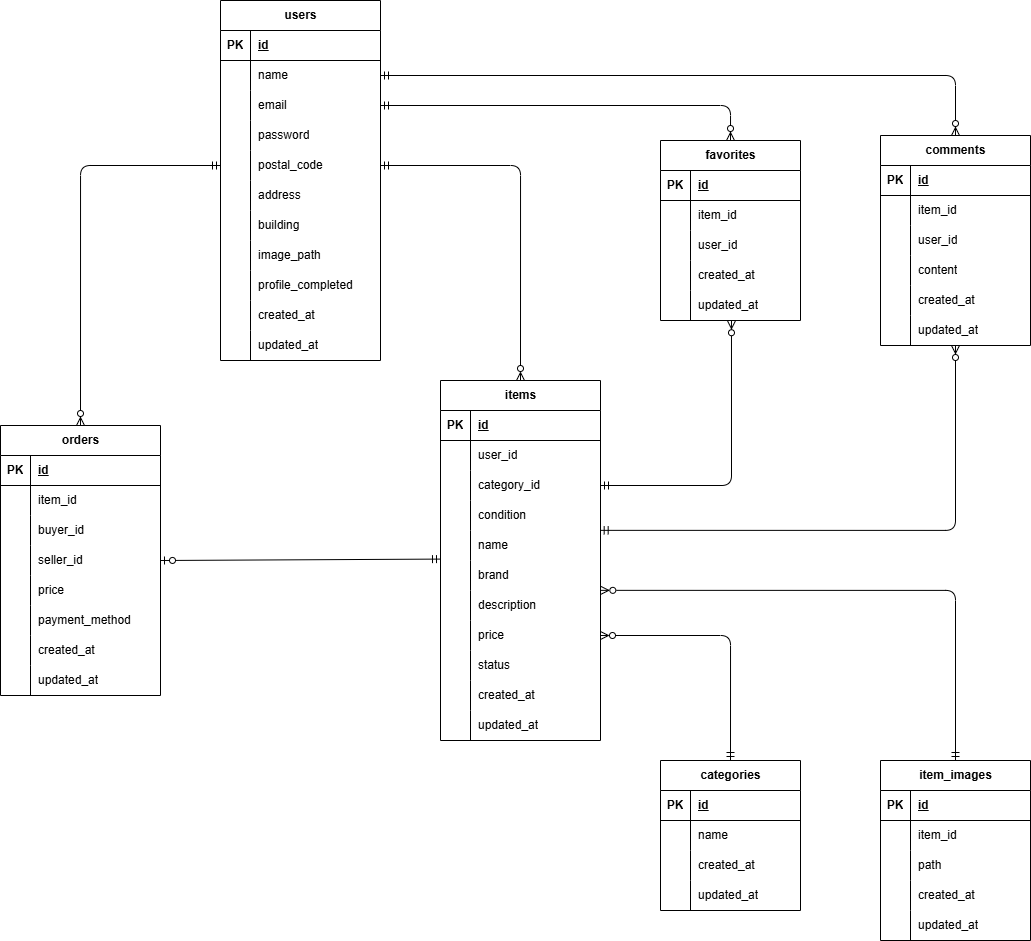
Before: index.drawio.png, a diagram exported from draw.io (ktpsc000/CoachtechFleaMarket). Source tidied: cells renumbered, new cells last; positions are measured from the earlier drawing's top-left corner, leaving out a move shared by most shapes.
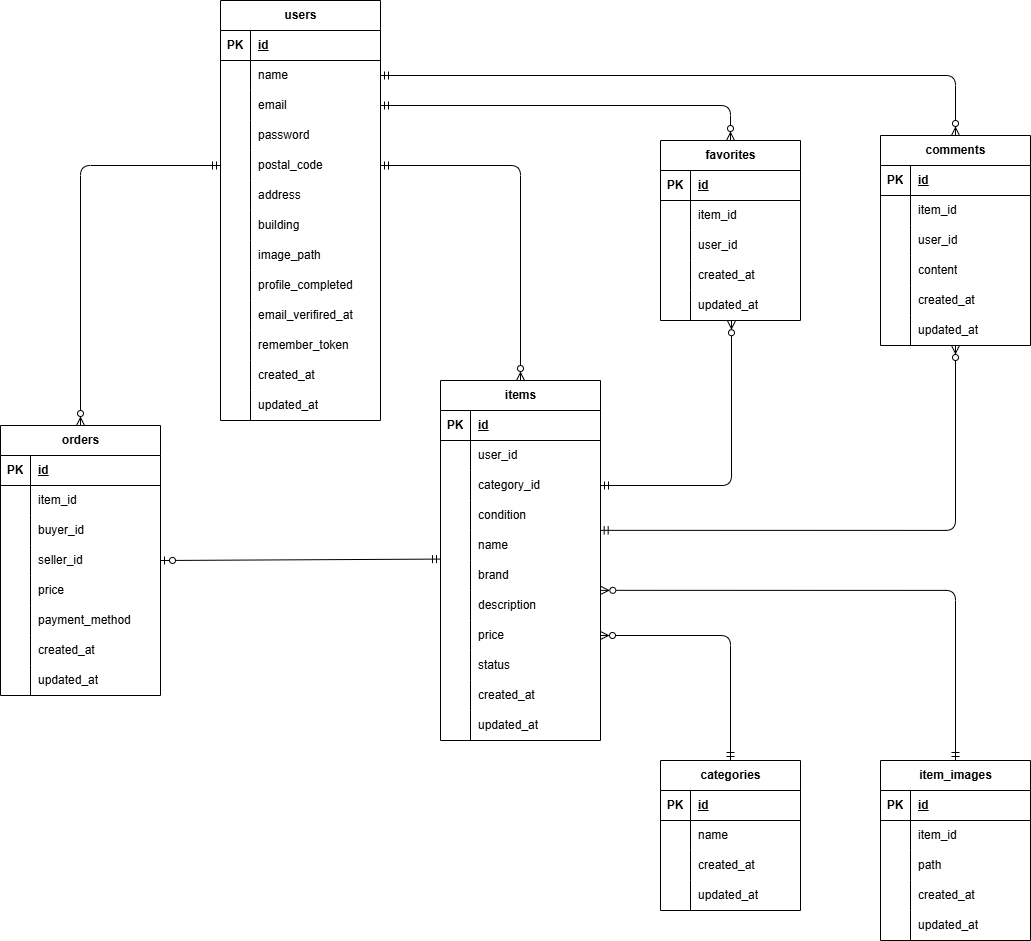
After the commit.

What changed in the source:
```diff
@@ -324,7 +324,7 @@
       <mxGeometry x="30" width="110" height="30" as="geometry" />
     </mxCell>
     <mxCell id="109" value="users" style="shape=table;startSize=30;rowLines=0;fontStyle=1;align=center;html=1;" parent="1" vertex="1">
-      <mxGeometry x="220" width="160" height="360" as="geometry" />
+      <mxGeometry x="220" width="160" height="420" as="geometry" />
     </mxCell>
     <mxCell id="110" style="shape=tableRow;horizontal=0;startSize=0;swimlaneHead=0;swimlaneBody=0;fillColor=none;top=0;left=0;right=0;bottom=1;" parent="109" vertex="1">
       <mxGeometry y="30" width="160" height="30" as="geometry" />
@@ -407,8 +407,26 @@
     <mxCell id="136" value="profile_completed" style="shape=partialRectangle;fillColor=none;top=0;left=0;bottom=0;right=0;align=left;spacingLeft=6;overflow=hidden;whiteSpace=wrap;html=1;" parent="134" vertex="1">
       <mxGeometry x="30" width="130" height="30" as="geometry" />
     </mxCell>
+    <mxCell id="168" style="shape=tableRow;horizontal=0;startSize=0;swimlaneHead=0;swimlaneBody=0;fillColor=none;top=0;left=0;right=0;bottom=0;" parent="109" vertex="1">
+      <mxGeometry y="300" width="160" height="30" as="geometry" />
+    </mxCell>
+    <mxCell id="169" style="shape=partialRectangle;fillColor=none;top=0;left=0;bottom=0;right=0;overflow=hidden;whiteSpace=wrap;html=1;" parent="168" vertex="1">
+      <mxGeometry width="30" height="30" as="geometry" />
+    </mxCell>
+    <mxCell id="170" value="email_verifired_at" style="shape=partialRectangle;fillColor=none;top=0;left=0;bottom=0;right=0;align=left;spacingLeft=6;overflow=hidden;whiteSpace=wrap;html=1;" parent="168" vertex="1">
+      <mxGeometry x="30" width="130" height="30" as="geometry" />
+    </mxCell>
+    <mxCell id="171" style="shape=tableRow;horizontal=0;startSize=0;swimlaneHead=0;swimlaneBody=0;fillColor=none;top=0;left=0;right=0;bottom=0;" parent="109" vertex="1">
+      <mxGeometry y="330" width="160" height="30" as="geometry" />
+    </mxCell>
+    <mxCell id="172" style="shape=partialRectangle;fillColor=none;top=0;left=0;bottom=0;right=0;overflow=hidden;whiteSpace=wrap;html=1;" parent="171" vertex="1">
+      <mxGeometry width="30" height="30" as="geometry" />
+    </mxCell>
+    <mxCell id="173" value="remember_token" style="shape=partialRectangle;fillColor=none;top=0;left=0;bottom=0;right=0;align=left;spacingLeft=6;overflow=hidden;whiteSpace=wrap;html=1;" parent="171" vertex="1">
+      <mxGeometry x="30" width="130" height="30" as="geometry" />
+    </mxCell>
     <mxCell id="137" style="shape=tableRow;horizontal=0;startSize=0;swimlaneHead=0;swimlaneBody=0;fillColor=none;top=0;left=0;right=0;bottom=0;" parent="109" vertex="1">
-      <mxGeometry y="300" width="160" height="30" as="geometry" />
+      <mxGeometry y="360" width="160" height="30" as="geometry" />
     </mxCell>
     <mxCell id="138" style="shape=partialRectangle;fillColor=none;top=0;left=0;bottom=0;right=0;overflow=hidden;whiteSpace=wrap;html=1;" parent="137" vertex="1">
       <mxGeometry width="30" height="30" as="geometry" />
@@ -417,7 +435,7 @@
       <mxGeometry x="30" width="130" height="30" as="geometry" />
     </mxCell>
     <mxCell id="140" style="shape=tableRow;horizontal=0;startSize=0;swimlaneHead=0;swimlaneBody=0;fillColor=none;top=0;left=0;right=0;bottom=0;" parent="109" vertex="1">
-      <mxGeometry y="330" width="160" height="30" as="geometry" />
+      <mxGeometry y="390" width="160" height="30" as="geometry" />
     </mxCell>
     <mxCell id="141" style="shape=partialRectangle;fillColor=none;top=0;left=0;bottom=0;right=0;overflow=hidden;whiteSpace=wrap;html=1;" parent="140" vertex="1">
       <mxGeometry width="30" height="30" as="geometry" />
```
